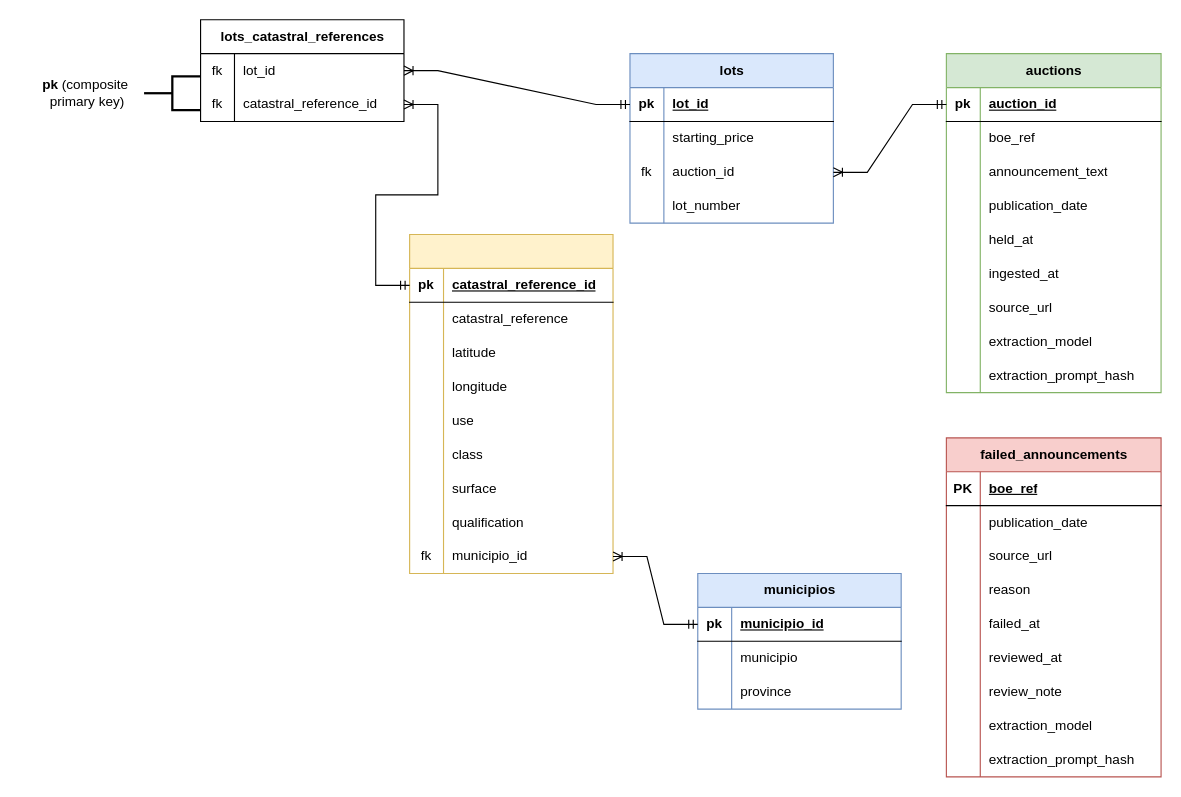
Earlier version of the draw.io diagram data_modeling/OLAP/2.silver/E-R.drawio (MiguelDonado/subastas_analytics). Source tidied: cells renumbered, new cells numbered last; positions are measured from the earlier drawing's top-left corner, leaving out a move shared by most shapes. Both pictures are drawn from the tidied source at 113%, with x=0, y=0 at pixel (19, 19).
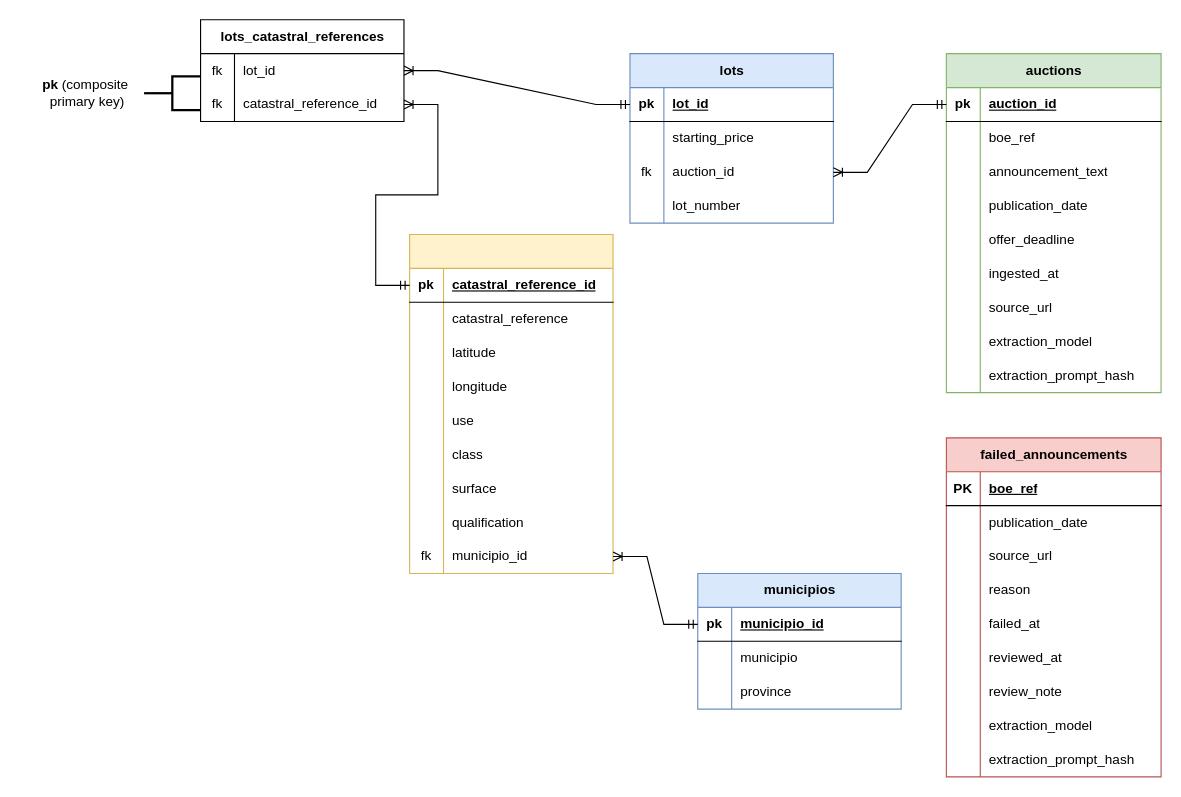
After the change.

The change refers to these unchanged cells:
```xml
<mxCell id="15" style="shape=tableRow;horizontal=0;startSize=0;swimlaneHead=0;swimlaneBody=0;fillColor=none;top=0;left=0;right=0;bottom=0;" parent="2" vertex="1">
  <mxGeometry y="150" width="190" height="30" as="geometry" />
</mxCell>
```

Diff of the diagram source:
```diff
@@
-    <mxCell id="17" value="held_at" style="shape=partialRectangle;fillColor=none;top=0;left=0;bottom=0;right=0;align=left;spacingLeft=6;overflow=hidden;whiteSpace=wrap;html=1;" parent="15" vertex="1">
+    <mxCell id="17" value="offer_deadline" style="shape=partialRectangle;fillColor=none;top=0;left=0;bottom=0;right=0;align=left;spacingLeft=6;overflow=hidden;whiteSpace=wrap;html=1;" parent="15" vertex="1">
       <mxGeometry x="30" width="160" height="30" as="geometry" />
     </mxCell>
```
